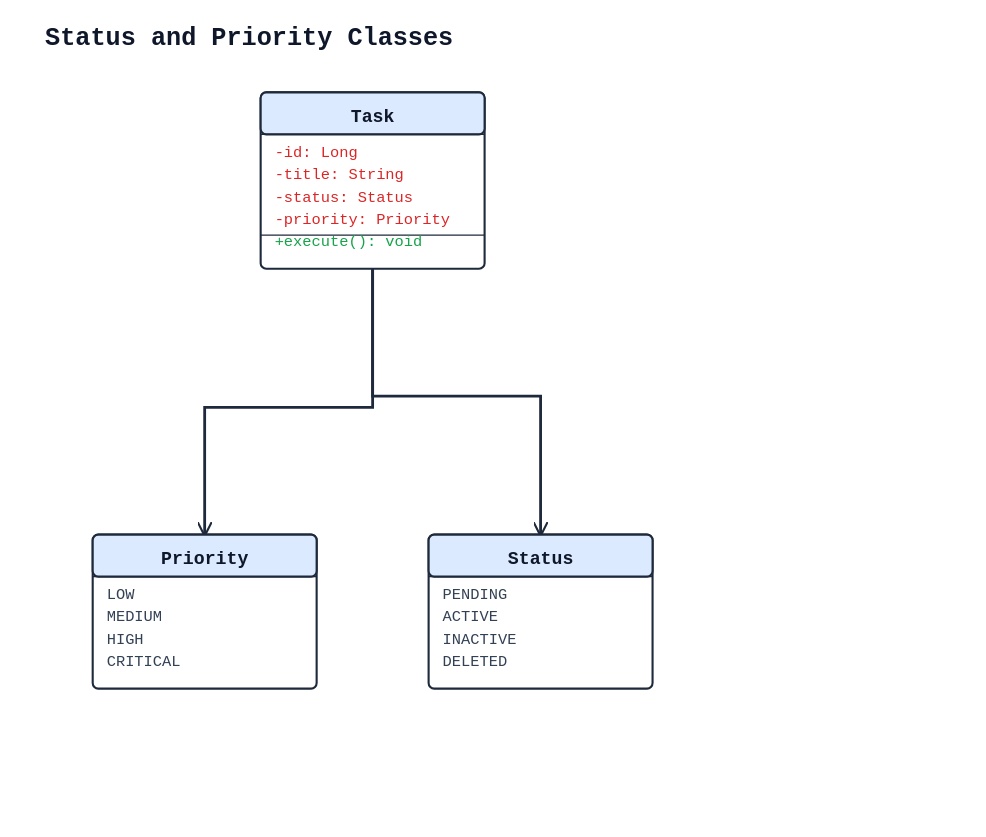
Before: docs/examples/class/15_enum_annotation.svg, a diagram exported from PlantUML (alliecatowo/puml). Its source is kept beside it as docs/examples/class/15_enum_annotation.puml.
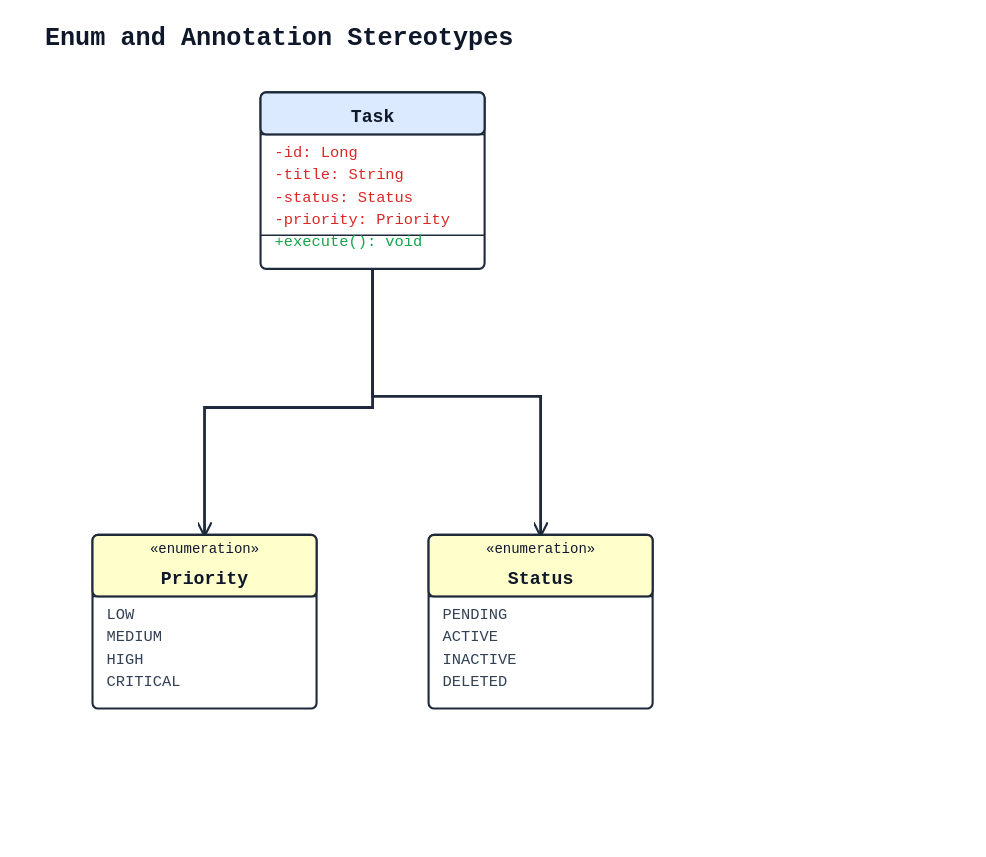
Above is the later version.

Commit message:
fix(render): give enum classes distinct lemon header + «enumeration» stereotype

What changed in the source:
```diff
@@ -1,12 +1,12 @@
 @startuml
-title Status and Priority Classes
-class Status {
+title Enum and Annotation Stereotypes
+enum Status {
   PENDING
   ACTIVE
   INACTIVE
   DELETED
 }
-class Priority {
+enum Priority {
   LOW
   MEDIUM
   HIGH
```
